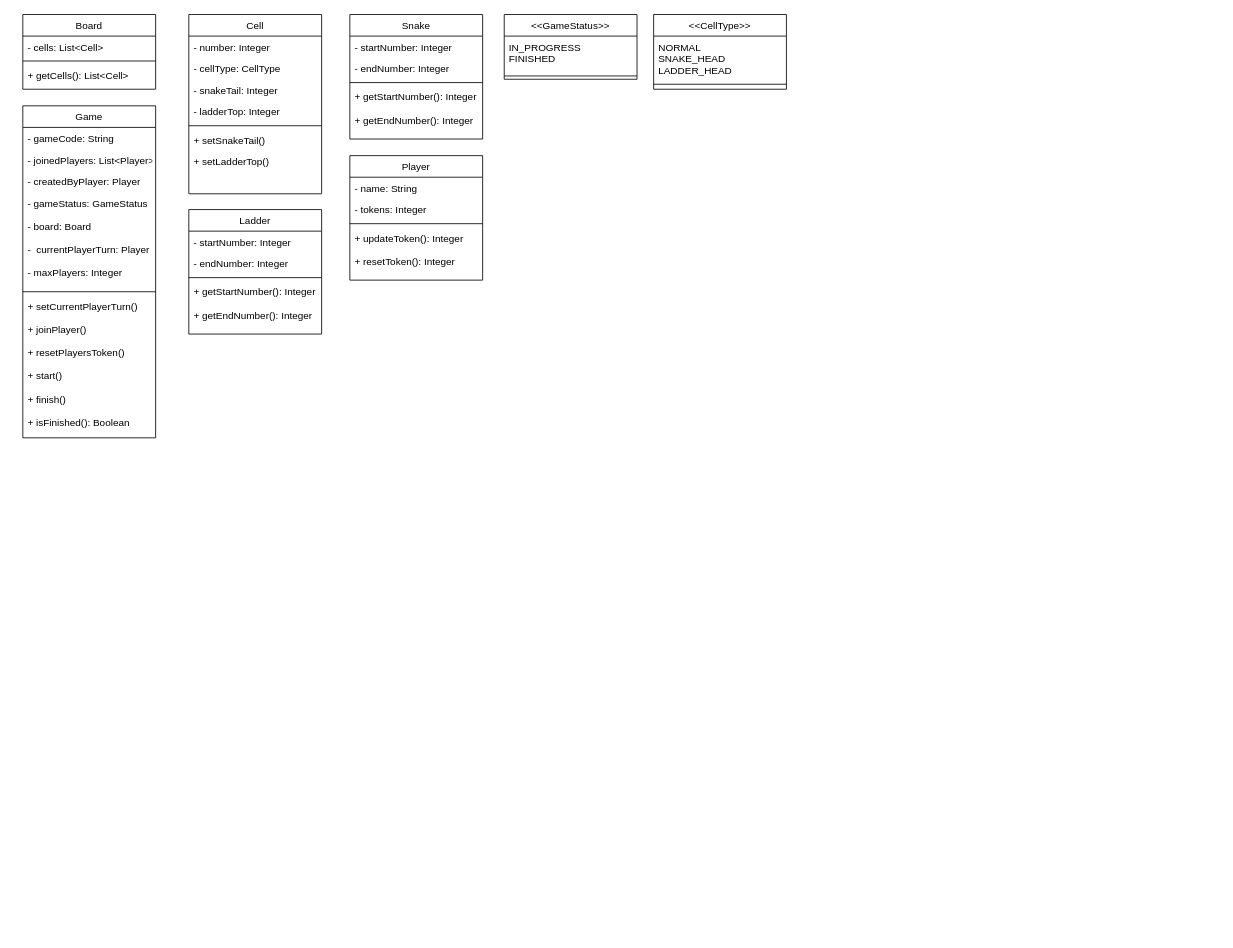
Above: snake-and-ladder/src/main/java/com/vivek/Untitled Diagram.drawio in vivekrai0088/LLD (draw.io), before the change. Source tidied: cells renumbered, new cells numbered last; positions are measured from the earlier drawing's top-left corner, leaving out a move shared by most shapes. Both pictures are drawn from the tidied source at 83%, with x=0, y=0 at pixel (22, 14).
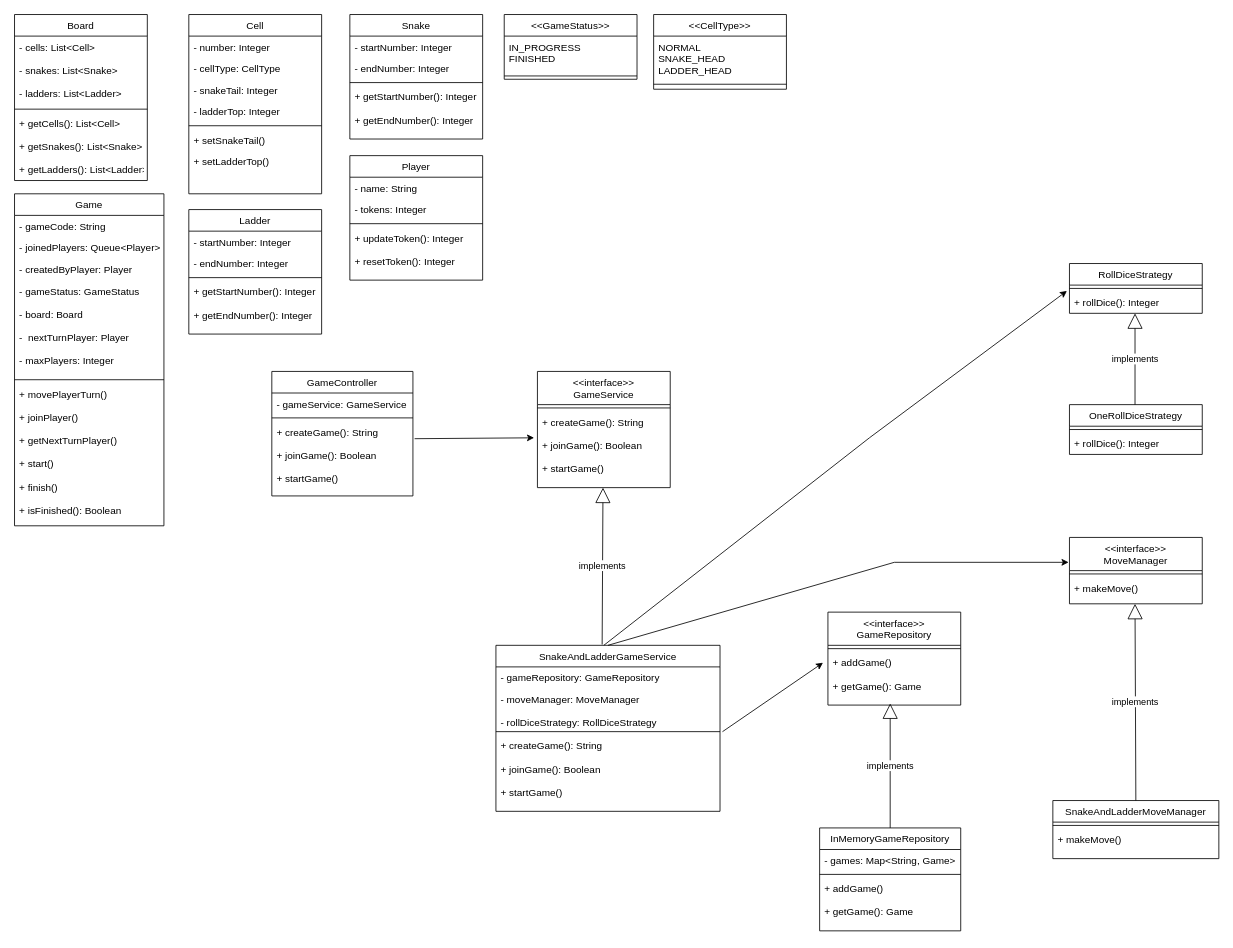
Above is the later version.

Diff of the diagram source:
```diff
@@
     <mxCell id="10" value="Game" style="swimlane;fontStyle=0;align=center;verticalAlign=top;horizontal=1;startSize=26;rounded=0;shadow=0;strokeWidth=1;" parent="1" vertex="1">
-      <mxGeometry y="110" width="160" height="400" as="geometry" />
+      <mxGeometry x="-10" y="216" width="180" height="400" as="geometry" />
     </mxCell>
     <mxCell id="11" value="- gameCode: String" style="text;align=left;verticalAlign=top;spacingLeft=4;spacingRight=4;overflow=hidden;" parent="10" vertex="1">
-      <mxGeometry y="26" width="160" height="26" as="geometry" />
+      <mxGeometry y="26" width="180" height="26" as="geometry" />
     </mxCell>
-    <mxCell id="12" value="- joinedPlayers: List&lt;Player&gt;" style="text;align=left;verticalAlign=top;spacingLeft=4;spacingRight=4;overflow=hidden;rounded=0;shadow=0;html=0;" parent="10" vertex="1">
-      <mxGeometry y="52" width="160" height="26" as="geometry" />
+    <mxCell id="12" value="- joinedPlayers: Queue&lt;Player&gt;" style="text;align=left;verticalAlign=top;spacingLeft=4;spacingRight=4;overflow=hidden;rounded=0;shadow=0;html=0;" parent="10" vertex="1">
+      <mxGeometry y="52" width="180" height="26" as="geometry" />
     </mxCell>
     <mxCell id="13" value="- createdByPlayer: Player" style="text;align=left;verticalAlign=top;spacingLeft=4;spacingRight=4;overflow=hidden;rounded=0;shadow=0;html=0;" parent="10" vertex="1">
-      <mxGeometry y="78" width="160" height="26" as="geometry" />
+      <mxGeometry y="78" width="180" height="26" as="geometry" />
     </mxCell>
-    <mxCell id="14" value="- gameStatus: GameStatus&#10;&#10;- board: Board&#10;&#10;-  currentPlayerTurn: Player&#10;&#10;- maxPlayers: Integer" style="text;align=left;verticalAlign=top;spacingLeft=4;spacingRight=4;overflow=hidden;rounded=0;shadow=0;html=0;" parent="10" vertex="1">
-      <mxGeometry y="104" width="160" height="116" as="geometry" />
+    <mxCell id="14" value="- gameStatus: GameStatus&#10;&#10;- board: Board&#10;&#10;-  nextTurnPlayer: Player&#10;&#10;- maxPlayers: Integer" style="text;align=left;verticalAlign=top;spacingLeft=4;spacingRight=4;overflow=hidden;rounded=0;shadow=0;html=0;" parent="10" vertex="1">
+      <mxGeometry y="104" width="180" height="116" as="geometry" />
     </mxCell>
     <mxCell id="15" style="line;html=1;strokeWidth=1;align=left;verticalAlign=middle;spacingTop=-1;spacingLeft=3;spacingRight=3;labelPosition=right;" parent="10" vertex="1">
-      <mxGeometry y="220" width="160" height="8" as="geometry" />
+      <mxGeometry y="220" width="180" height="8" as="geometry" />
     </mxCell>
-    <mxCell id="16" value="+ setCurrentPlayerTurn()&#10;&#10;+ joinPlayer()&#10;&#10;+ resetPlayersToken()&#10;&#10;+ start()&#10;&#10;+ finish()&#10;&#10;+ isFinished(): Boolean&#10;&#10;" style="text;align=left;verticalAlign=top;spacingLeft=4;spacingRight=4;overflow=hidden;" parent="10" vertex="1">
-      <mxGeometry y="228" width="160" height="172" as="geometry" />
+    <mxCell id="16" value="+ movePlayerTurn()&#10;&#10;+ joinPlayer()&#10;&#10;+ getNextTurnPlayer()&#10;&#10;+ start()&#10;&#10;+ finish()&#10;&#10;+ isFinished(): Boolean&#10;&#10;" style="text;align=left;verticalAlign=top;spacingLeft=4;spacingRight=4;overflow=hidden;" parent="10" vertex="1">
+      <mxGeometry y="228" width="180" height="172" as="geometry" />
     </mxCell>
@@
     <mxCell id="35" value="Board" style="swimlane;fontStyle=0;align=center;verticalAlign=top;horizontal=1;startSize=26;rounded=0;shadow=0;strokeWidth=1;" parent="1" vertex="1">
-      <mxGeometry width="160" height="90" as="geometry" />
+      <mxGeometry x="-10" width="160" height="200" as="geometry" />
     </mxCell>
-    <mxCell id="36" value="- cells: List&lt;Cell&gt;" style="text;align=left;verticalAlign=top;spacingLeft=4;spacingRight=4;overflow=hidden;" parent="35" vertex="1">
-      <mxGeometry y="26" width="160" height="26" as="geometry" />
+    <mxCell id="36" value="- cells: List&lt;Cell&gt;&#10;&#10;- snakes: List&lt;Snake&gt;&#10;&#10;- ladders: List&lt;Ladder&gt;" style="text;align=left;verticalAlign=top;spacingLeft=4;spacingRight=4;overflow=hidden;" parent="35" vertex="1">
+      <mxGeometry y="26" width="160" height="84" as="geometry" />
     </mxCell>
     <mxCell id="37" style="line;html=1;strokeWidth=1;align=left;verticalAlign=middle;spacingTop=-1;spacingLeft=3;spacingRight=3;labelPosition=right;" parent="35" vertex="1">
-      <mxGeometry y="52" width="160" height="8" as="geometry" />
+      <mxGeometry y="110" width="160" height="8" as="geometry" />
     </mxCell>
-    <mxCell id="38" value="+ getCells(): List&lt;Cell&gt;" style="text;align=left;verticalAlign=top;spacingLeft=4;spacingRight=4;overflow=hidden;" parent="35" vertex="1">
-      <mxGeometry y="60" width="160" height="30" as="geometry" />
+    <mxCell id="38" value="+ getCells(): List&lt;Cell&gt;&#10;&#10;+ getSnakes(): List&lt;Snake&gt;&#10;&#10;+ getLadders(): List&lt;Ladder&gt;" style="text;align=left;verticalAlign=top;spacingLeft=4;spacingRight=4;overflow=hidden;" parent="35" vertex="1">
+      <mxGeometry y="118" width="160" height="82" as="geometry" />
     </mxCell>
@@
+    <mxCell id="42" value="&lt;&lt;interface&gt;&gt;&#10;GameRepository" style="swimlane;fontStyle=0;align=center;verticalAlign=top;horizontal=1;startSize=40;rounded=0;shadow=0;strokeWidth=1;" parent="1" vertex="1">
+      <mxGeometry x="970" y="720" width="160" height="112" as="geometry" />
+    </mxCell>
+    <mxCell id="43" style="line;html=1;strokeWidth=1;align=left;verticalAlign=middle;spacingTop=-1;spacingLeft=3;spacingRight=3;labelPosition=right;" parent="42" vertex="1">
+      <mxGeometry y="40" width="160" height="8" as="geometry" />
+    </mxCell>
+    <mxCell id="44" value="+ addGame()&#10;&#10;+ getGame(): Game" style="text;align=left;verticalAlign=top;spacingLeft=4;spacingRight=4;overflow=hidden;points=[[0,0.5],[1,0.5]];portConstraint=eastwest;" parent="42" vertex="1">
+      <mxGeometry y="48" width="160" height="64" as="geometry" />
+    </mxCell>
+    <mxCell id="45" value="InMemoryGameRepository&#10;" style="swimlane;fontStyle=0;align=center;verticalAlign=top;horizontal=1;startSize=26;rounded=0;shadow=0;strokeWidth=1;" parent="1" vertex="1">
+      <mxGeometry x="960" y="980" width="170" height="124" as="geometry" />
+    </mxCell>
+    <mxCell id="46" value="- games: Map&lt;String, Game&gt;" style="text;align=left;verticalAlign=top;spacingLeft=4;spacingRight=4;overflow=hidden;" parent="45" vertex="1">
+      <mxGeometry y="26" width="170" height="26" as="geometry" />
+    </mxCell>
+    <mxCell id="47" style="line;html=1;strokeWidth=1;align=left;verticalAlign=middle;spacingTop=-1;spacingLeft=3;spacingRight=3;labelPosition=right;" parent="45" vertex="1">
+      <mxGeometry y="52" width="170" height="8" as="geometry" />
+    </mxCell>
+    <mxCell id="48" value="+ addGame()&#10;&#10;+ getGame(): Game" style="text;align=left;verticalAlign=top;spacingLeft=4;spacingRight=4;overflow=hidden;" parent="45" vertex="1">
+      <mxGeometry y="60" width="170" height="64" as="geometry" />
+    </mxCell>
+    <mxCell id="49" value="implements" style="endArrow=block;endSize=16;endFill=0;html=1;rounded=0;exitX=0.5;exitY=0;exitDx=0;exitDy=0;" parent="1" edge="1" source="45">
+      <mxGeometry relative="1" as="geometry">
+        <mxPoint x="1045" y="830" as="targetPoint" />
+      </mxGeometry>
+    </mxCell>
+    <mxCell id="50" value="&lt;&lt;interface&gt;&gt;&#10;GameService" style="swimlane;fontStyle=0;align=center;verticalAlign=top;horizontal=1;startSize=40;rounded=0;shadow=0;strokeWidth=1;" parent="1" vertex="1">
+      <mxGeometry x="620" y="430" width="160" height="140" as="geometry" />
+    </mxCell>
+    <mxCell id="51" style="line;html=1;strokeWidth=1;align=left;verticalAlign=middle;spacingTop=-1;spacingLeft=3;spacingRight=3;labelPosition=right;" parent="50" vertex="1">
+      <mxGeometry y="40" width="160" height="8" as="geometry" />
+    </mxCell>
+    <mxCell id="52" value="+ createGame(): String&#10;&#10;+ joinGame(): Boolean&#10;&#10;+ startGame()" style="text;align=left;verticalAlign=top;spacingLeft=4;spacingRight=4;overflow=hidden;points=[[0,0.5],[1,0.5]];portConstraint=eastwest;" parent="50" vertex="1">
+      <mxGeometry y="48" width="160" height="82" as="geometry" />
+    </mxCell>
+    <mxCell id="53" value="SnakeAndLadderGameService" style="swimlane;fontStyle=0;align=center;verticalAlign=top;horizontal=1;startSize=26;rounded=0;shadow=0;strokeWidth=1;" parent="1" vertex="1">
+      <mxGeometry x="570" y="760" width="270" height="200" as="geometry" />
+    </mxCell>
+    <mxCell id="54" value="- gameRepository: GameRepository" style="text;align=left;verticalAlign=top;spacingLeft=4;spacingRight=4;overflow=hidden;" parent="53" vertex="1">
+      <mxGeometry y="26" width="270" height="26" as="geometry" />
+    </mxCell>
+    <mxCell id="55" value="- moveManager: MoveManager&#10;&#10;- rollDiceStrategy: RollDiceStrategy" style="text;align=left;verticalAlign=top;spacingLeft=4;spacingRight=4;overflow=hidden;rounded=0;shadow=0;html=0;" parent="53" vertex="1">
+      <mxGeometry y="52" width="270" height="48" as="geometry" />
+    </mxCell>
+    <mxCell id="56" style="line;html=1;strokeWidth=1;align=left;verticalAlign=middle;spacingTop=-1;spacingLeft=3;spacingRight=3;labelPosition=right;" parent="53" vertex="1">
+      <mxGeometry y="100" width="270" height="8" as="geometry" />
+    </mxCell>
+    <mxCell id="57" value="+ createGame(): String&#10;&#10;+ joinGame(): Boolean&#10;&#10;+ startGame()" style="text;align=left;verticalAlign=top;spacingLeft=4;spacingRight=4;overflow=hidden;points=[[0,0.5],[1,0.5]];portConstraint=eastwest;" parent="53" vertex="1">
+      <mxGeometry y="108" width="270" height="92" as="geometry" />
+    </mxCell>
+    <mxCell id="58" value="implements" style="endArrow=block;endSize=16;endFill=0;html=1;rounded=0;exitX=0.474;exitY=-0.005;exitDx=0;exitDy=0;exitPerimeter=0;" parent="1" edge="1" source="53">
+      <mxGeometry relative="1" as="geometry">
+        <mxPoint x="699" y="570" as="targetPoint" />
+      </mxGeometry>
+    </mxCell>
+    <mxCell id="59" value="GameController" style="swimlane;fontStyle=0;align=center;verticalAlign=top;horizontal=1;startSize=26;rounded=0;shadow=0;strokeWidth=1;" parent="1" vertex="1">
+      <mxGeometry x="300" y="430" width="170" height="150" as="geometry" />
+    </mxCell>
+    <mxCell id="60" value="- gameService: GameService" style="text;align=left;verticalAlign=top;spacingLeft=4;spacingRight=4;overflow=hidden;" parent="59" vertex="1">
+      <mxGeometry y="26" width="170" height="26" as="geometry" />
+    </mxCell>
+    <mxCell id="61" style="line;html=1;strokeWidth=1;align=left;verticalAlign=middle;spacingTop=-1;spacingLeft=3;spacingRight=3;labelPosition=right;" parent="59" vertex="1">
+      <mxGeometry y="52" width="170" height="8" as="geometry" />
+    </mxCell>
+    <mxCell id="62" value="+ createGame(): String&#10;&#10;+ joinGame(): Boolean&#10;&#10;+ startGame()" style="text;align=left;verticalAlign=top;spacingLeft=4;spacingRight=4;overflow=hidden;points=[[0,0.5],[1,0.5]];portConstraint=eastwest;" parent="59" vertex="1">
+      <mxGeometry y="60" width="170" height="80" as="geometry" />
+    </mxCell>
+    <mxCell id="63" value="RollDiceStrategy" style="swimlane;fontStyle=0;align=center;verticalAlign=top;horizontal=1;startSize=26;rounded=0;shadow=0;strokeWidth=1;" parent="1" vertex="1">
+      <mxGeometry x="1261" y="300" width="160" height="60" as="geometry" />
+    </mxCell>
+    <mxCell id="64" style="line;html=1;strokeWidth=1;align=left;verticalAlign=middle;spacingTop=-1;spacingLeft=3;spacingRight=3;labelPosition=right;" parent="63" vertex="1">
+      <mxGeometry y="26" width="160" height="8" as="geometry" />
+    </mxCell>
+    <mxCell id="65" value="+ rollDice(): Integer" style="text;align=left;verticalAlign=top;spacingLeft=4;spacingRight=4;overflow=hidden;points=[[0,0.5],[1,0.5]];portConstraint=eastwest;" parent="63" vertex="1">
+      <mxGeometry y="34" width="160" height="26" as="geometry" />
+    </mxCell>
+    <mxCell id="66" value="OneRollDiceStrategy" style="swimlane;fontStyle=0;align=center;verticalAlign=top;horizontal=1;startSize=26;rounded=0;shadow=0;strokeWidth=1;" parent="1" vertex="1">
+      <mxGeometry x="1261" y="470" width="160" height="60" as="geometry" />
+    </mxCell>
+    <mxCell id="67" style="line;html=1;strokeWidth=1;align=left;verticalAlign=middle;spacingTop=-1;spacingLeft=3;spacingRight=3;labelPosition=right;" parent="66" vertex="1">
+      <mxGeometry y="26" width="160" height="8" as="geometry" />
+    </mxCell>
+    <mxCell id="68" value="+ rollDice(): Integer&#10;" style="text;align=left;verticalAlign=top;spacingLeft=4;spacingRight=4;overflow=hidden;" parent="66" vertex="1">
+      <mxGeometry y="34" width="160" height="26" as="geometry" />
+    </mxCell>
+    <mxCell id="69" value="implements" style="endArrow=block;endSize=16;endFill=0;html=1;rounded=0;" parent="1" edge="1">
+      <mxGeometry relative="1" as="geometry">
+        <mxPoint x="1340" y="470" as="sourcePoint" />
+        <mxPoint x="1340" y="360" as="targetPoint" />
+      </mxGeometry>
+    </mxCell>
+    <mxCell id="70" value="&lt;&lt;interface&gt;&gt;&#10;MoveManager" style="swimlane;fontStyle=0;align=center;verticalAlign=top;horizontal=1;startSize=40;rounded=0;shadow=0;strokeWidth=1;" parent="1" vertex="1">
+      <mxGeometry x="1261" y="630" width="160" height="80" as="geometry" />
+    </mxCell>
+    <mxCell id="71" style="line;html=1;strokeWidth=1;align=left;verticalAlign=middle;spacingTop=-1;spacingLeft=3;spacingRight=3;labelPosition=right;" parent="70" vertex="1">
+      <mxGeometry y="40" width="160" height="8" as="geometry" />
+    </mxCell>
+    <mxCell id="72" value="+ makeMove()&#10;&#10;" style="text;align=left;verticalAlign=top;spacingLeft=4;spacingRight=4;overflow=hidden;" parent="70" vertex="1">
+      <mxGeometry y="48" width="160" height="32" as="geometry" />
+    </mxCell>
+    <mxCell id="73" value="SnakeAndLadderMoveManager" style="swimlane;fontStyle=0;align=center;verticalAlign=top;horizontal=1;startSize=26;rounded=0;shadow=0;strokeWidth=1;" parent="1" vertex="1">
+      <mxGeometry x="1241" y="947" width="200" height="70" as="geometry" />
+    </mxCell>
+    <mxCell id="74" style="line;html=1;strokeWidth=1;align=left;verticalAlign=middle;spacingTop=-1;spacingLeft=3;spacingRight=3;labelPosition=right;" parent="73" vertex="1">
+      <mxGeometry y="26" width="200" height="8" as="geometry" />
+    </mxCell>
+    <mxCell id="75" value="+ makeMove()&#10;" style="text;align=left;verticalAlign=top;spacingLeft=4;spacingRight=4;overflow=hidden;" parent="73" vertex="1">
+      <mxGeometry y="34" width="200" height="36" as="geometry" />
+    </mxCell>
+    <mxCell id="76" value="implements" style="endArrow=block;endSize=16;endFill=0;html=1;rounded=0;exitX=0.5;exitY=0;exitDx=0;exitDy=0;" parent="1" edge="1" source="73">
+      <mxGeometry relative="1" as="geometry">
+        <mxPoint x="1340" y="710" as="targetPoint" />
+      </mxGeometry>
+    </mxCell>
+    <mxCell id="77" style="endArrow=classic;html=1;rounded=0;exitX=1.012;exitY=0.263;exitDx=0;exitDy=0;exitPerimeter=0;entryX=-0.025;entryY=0.39;entryDx=0;entryDy=0;entryPerimeter=0;" parent="1" edge="1" source="62" target="52">
+      <mxGeometry relative="1" as="geometry" />
+    </mxCell>
+    <mxCell id="78" style="endArrow=classic;html=1;rounded=0;entryX=-0.037;entryY=0.203;entryDx=0;entryDy=0;entryPerimeter=0;exitX=1.011;exitY=-0.043;exitDx=0;exitDy=0;exitPerimeter=0;" parent="1" edge="1" source="57" target="44">
+      <mxGeometry relative="1" as="geometry" />
+    </mxCell>
+    <mxCell id="79" style="endArrow=classic;html=1;rounded=0;exitX=0.5;exitY=0;exitDx=0;exitDy=0;" parent="1" edge="1" source="53">
+      <mxGeometry relative="1" as="geometry">
+        <mxPoint x="1260" y="660" as="targetPoint" />
+        <Array as="points">
+          <mxPoint x="1050" y="660" />
+        </Array>
+      </mxGeometry>
+    </mxCell>
+    <mxCell id="80" style="endArrow=classic;html=1;rounded=0;entryX=-0.019;entryY=-0.038;entryDx=0;entryDy=0;entryPerimeter=0;" parent="1" edge="1" target="65">
+      <mxGeometry relative="1" as="geometry">
+        <mxPoint x="700" y="760" as="sourcePoint" />
+        <Array as="points">
+          <mxPoint x="1020" y="510" />
+        </Array>
+      </mxGeometry>
+    </mxCell>
```
